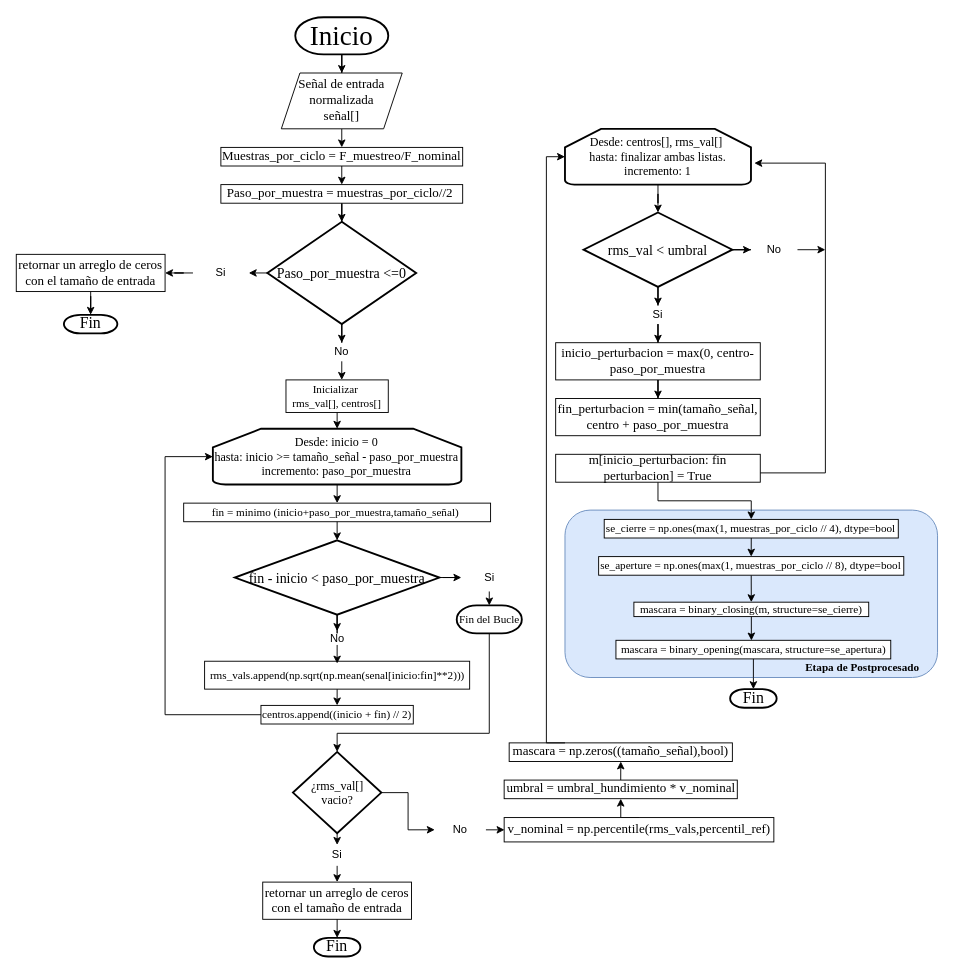
SGOLDYT/Power-Quality keeps this draw.io diagram as Diagramas_Flujo/Diagrama_Flujo_RMS.drawio. Above is the earlier version. Source tidied: cells renumbered, new cells numbered last; positions are measured from the earlier drawing's top-left corner, leaving out a move shared by most shapes. Both pictures are drawn from the tidied source at 93%, with x=0, y=0 at pixel (16, 17).
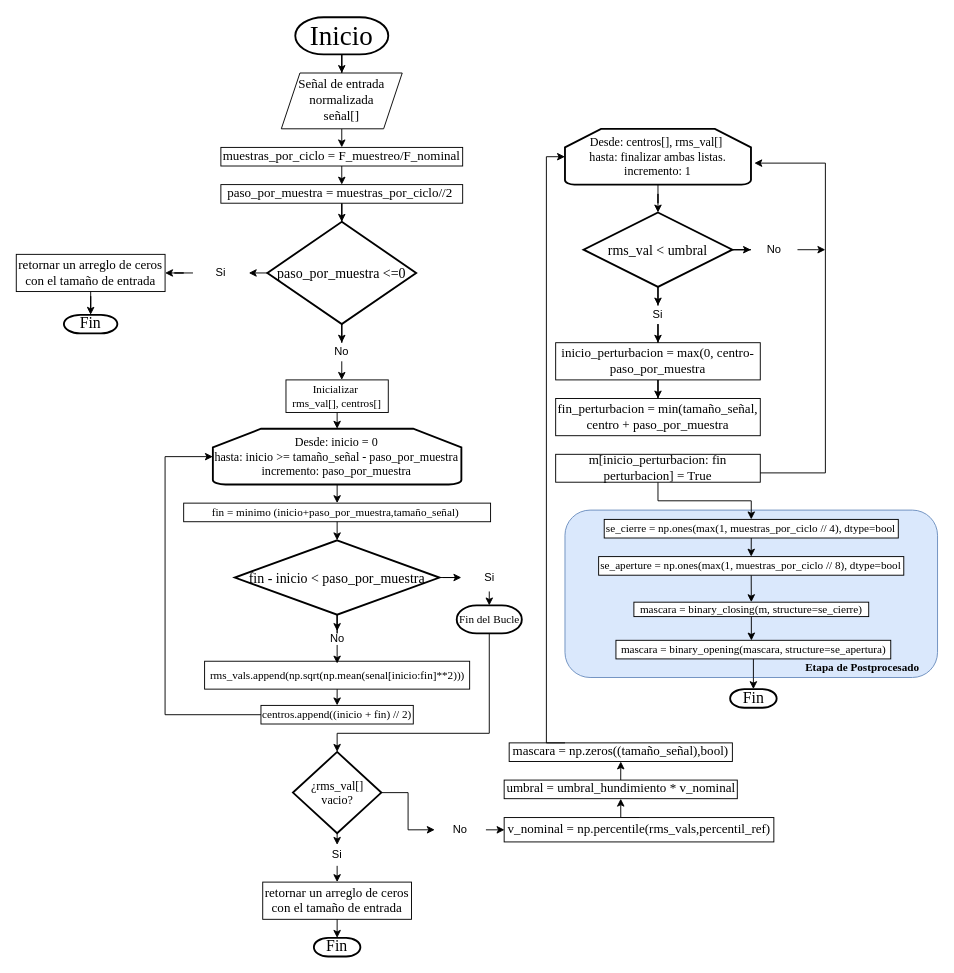
The same diagram, later.

What changed in the source:
```diff
@@
-    <mxCell id="8" value="&lt;font style=&quot;font-size: 14px;&quot; face=&quot;Times New Roman&quot;&gt;Muestras_por_ciclo = F_muestreo/F_nominal&lt;/font&gt;" style="rounded=0;whiteSpace=wrap;html=1;" parent="1" vertex="1">
+    <mxCell id="8" value="&lt;font style=&quot;font-size: 14px;&quot; face=&quot;Times New Roman&quot;&gt;muestras_por_ciclo = F_muestreo/F_nominal&lt;/font&gt;" style="rounded=0;whiteSpace=wrap;html=1;" parent="1" vertex="1">
       <mxGeometry x="220" y="140" width="260" height="20" as="geometry" />
     </mxCell>
@@
-    <mxCell id="11" value="&lt;font style=&quot;font-size: 15px;&quot; face=&quot;Times New Roman&quot;&gt;Paso_por_muestra &amp;lt;=0&lt;/font&gt;" style="strokeWidth=2;html=1;shape=mxgraph.flowchart.decision;whiteSpace=wrap;" parent="1" vertex="1">
+    <mxCell id="11" value="&lt;font style=&quot;font-size: 15px;&quot; face=&quot;Times New Roman&quot;&gt;paso_por_muestra &amp;lt;=0&lt;/font&gt;" style="strokeWidth=2;html=1;shape=mxgraph.flowchart.decision;whiteSpace=wrap;" parent="1" vertex="1">
       <mxGeometry x="270" y="220" width="160" height="110" as="geometry" />
     </mxCell>
@@
-    <mxCell id="13" value="&lt;font style=&quot;font-size: 14px;&quot; face=&quot;Times New Roman&quot;&gt;Paso_por_muestra = muestras_por_ciclo//2&amp;nbsp;&lt;/font&gt;" style="rounded=0;whiteSpace=wrap;html=1;" parent="1" vertex="1">
+    <mxCell id="13" value="&lt;font style=&quot;font-size: 14px;&quot; face=&quot;Times New Roman&quot;&gt;paso_por_muestra = muestras_por_ciclo//2&amp;nbsp;&lt;/font&gt;" style="rounded=0;whiteSpace=wrap;html=1;" parent="1" vertex="1">
       <mxGeometry x="220" y="180" width="260" height="20" as="geometry" />
     </mxCell>
```
